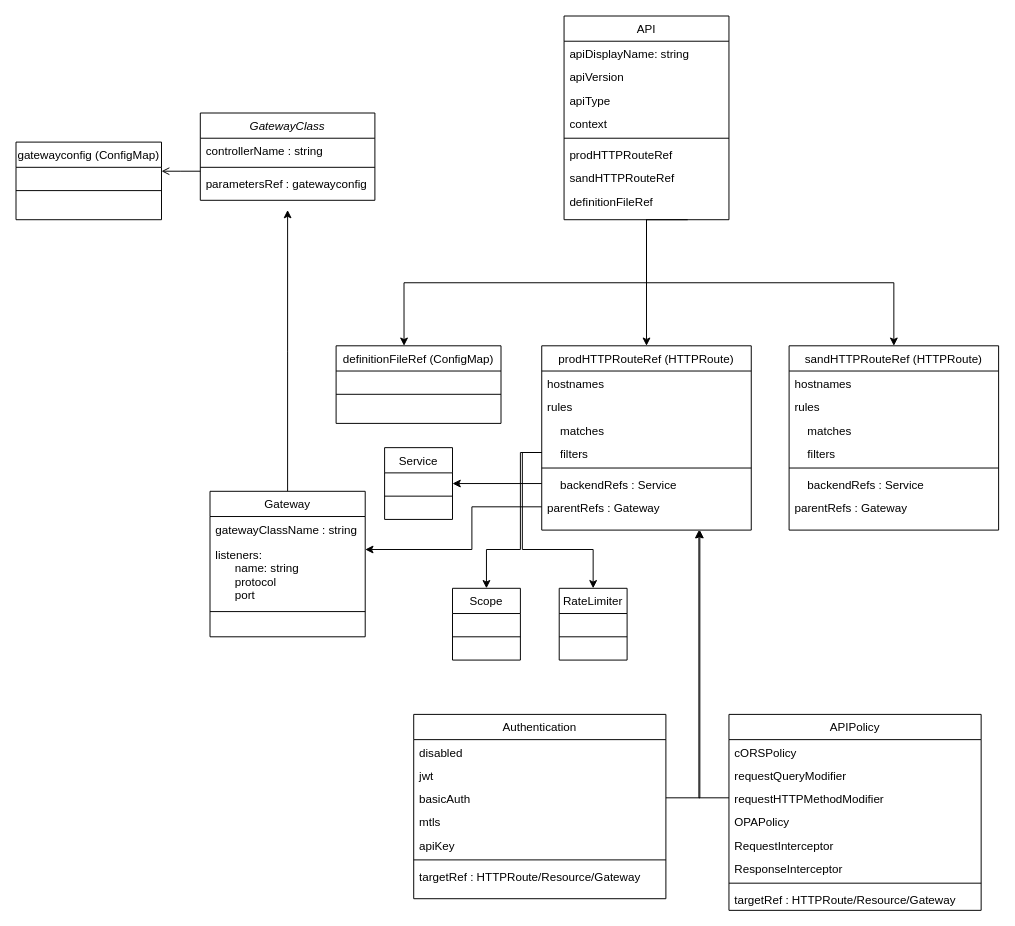
Above: developer/crds/crd.drawio in wso2/apk (draw.io), before the change. Source tidied: cells renumbered, new cells numbered last; positions are measured from the earlier drawing's top-left corner, leaving out a move shared by most shapes. Both pictures are drawn from the tidied source at 97%, with x=0, y=0 at pixel (16, 16).
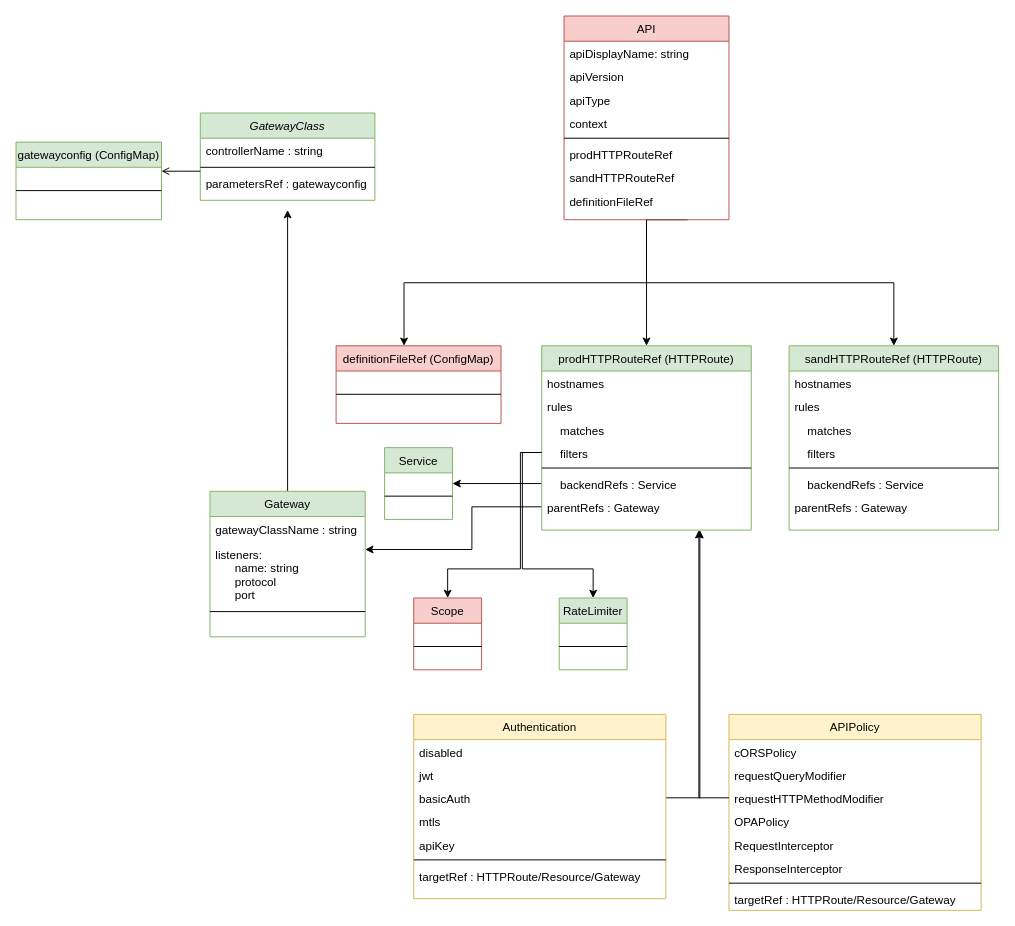
The same diagram, later.

Unchanged cells that the change refers to:
```xml
<mxCell id="25" value="    filters " style="text;align=left;verticalAlign=top;spacingLeft=4;spacingRight=4;overflow=hidden;points=[[0,0.5],[1,0.5]];portConstraint=eastwest;" parent="21" vertex="1">
  <mxGeometry y="98" width="216" height="24" as="geometry" />
</mxCell>
```

Change to the diagram source:
```diff
@@
-    <mxCell id="3" value="Gateway" style="swimlane;fontStyle=0;align=center;verticalAlign=top;horizontal=1;startSize=26;rounded=0;shadow=0;strokeWidth=1;" parent="1" vertex="1">
+    <mxCell id="3" value="Gateway" style="swimlane;fontStyle=0;align=center;verticalAlign=top;horizontal=1;startSize=26;rounded=0;shadow=0;strokeWidth=1;fillColor=#d5e8d4;strokeColor=#82b366;" parent="1" vertex="1">
       <mxGeometry x="200" y="490" width="160" height="150" as="geometry" />
     </mxCell>
@@
-    <mxCell id="10" value="API" style="swimlane;fontStyle=0;align=center;verticalAlign=top;horizontal=1;startSize=26;rounded=0;shadow=0;strokeWidth=1;" parent="1" vertex="1">
+    <mxCell id="10" value="API" style="swimlane;fontStyle=0;align=center;verticalAlign=top;horizontal=1;startSize=26;rounded=0;shadow=0;strokeWidth=1;fillColor=#f8cecc;strokeColor=#b85450;" parent="1" vertex="1">
       <mxGeometry x="565" width="170" height="210" as="geometry" />
     </mxCell>
@@
+    <mxCell id="74" style="edgeStyle=orthogonalEdgeStyle;rounded=0;jettySize=auto;html=1;entryX=0.5;entryY=0;entryDx=0;entryDy=0;exitX=0;exitY=0.5;exitDx=0;exitDy=0;" parent="1" edge="1" source="25" target="69">
+      <mxGeometry relative="1" as="geometry">
+        <Array as="points">
+          <mxPoint x="520" y="450" />
+          <mxPoint x="520" y="570" />
+          <mxPoint x="445" y="570" />
+        </Array>
+      </mxGeometry>
+    </mxCell>
-    <mxCell id="21" value="prodHTTPRouteRef (HTTPRoute)" style="swimlane;fontStyle=0;align=center;verticalAlign=top;horizontal=1;startSize=26;rounded=0;shadow=0;strokeWidth=1;" parent="1" vertex="1">
+    <mxCell id="21" value="prodHTTPRouteRef (HTTPRoute)" style="swimlane;fontStyle=0;align=center;verticalAlign=top;horizontal=1;startSize=26;rounded=0;shadow=0;strokeWidth=1;fillColor=#d5e8d4;strokeColor=#82b366;" parent="1" vertex="1">
       <mxGeometry x="542" y="340" width="216" height="190" as="geometry" />
     </mxCell>
@@
-    <mxCell id="29" value="definitionFileRef (ConfigMap)" style="swimlane;fontStyle=0;align=center;verticalAlign=top;horizontal=1;startSize=26;rounded=0;shadow=0;strokeWidth=1;" parent="1" vertex="1">
+    <mxCell id="29" value="definitionFileRef (ConfigMap)" style="swimlane;fontStyle=0;align=center;verticalAlign=top;horizontal=1;startSize=26;rounded=0;shadow=0;strokeWidth=1;fillColor=#f8cecc;strokeColor=#b85450;" parent="1" vertex="1">
       <mxGeometry x="330" y="340" width="170" height="80" as="geometry" />
     </mxCell>
@@
-    <mxCell id="31" value="sandHTTPRouteRef (HTTPRoute)" style="swimlane;fontStyle=0;align=center;verticalAlign=top;horizontal=1;startSize=26;rounded=0;shadow=0;strokeWidth=1;" parent="1" vertex="1">
+    <mxCell id="31" value="sandHTTPRouteRef (HTTPRoute)" style="swimlane;fontStyle=0;align=center;verticalAlign=top;horizontal=1;startSize=26;rounded=0;shadow=0;strokeWidth=1;fillColor=#d5e8d4;strokeColor=#82b366;" parent="1" vertex="1">
       <mxGeometry x="797" y="340" width="216" height="190" as="geometry" />
     </mxCell>
@@
-    <mxCell id="39" value="Service" style="swimlane;fontStyle=0;align=center;verticalAlign=top;horizontal=1;startSize=26;rounded=0;shadow=0;strokeWidth=1;" parent="1" vertex="1">
+    <mxCell id="39" value="Service" style="swimlane;fontStyle=0;align=center;verticalAlign=top;horizontal=1;startSize=26;rounded=0;shadow=0;strokeWidth=1;fillColor=#d5e8d4;strokeColor=#82b366;" parent="1" vertex="1">
       <mxGeometry x="380" y="445" width="70" height="74" as="geometry" />
     </mxCell>
@@
-    <mxCell id="42" value="Authentication" style="swimlane;fontStyle=0;align=center;verticalAlign=top;horizontal=1;startSize=26;rounded=0;shadow=0;strokeWidth=1;" parent="1" vertex="1">
+    <mxCell id="42" value="Authentication" style="swimlane;fontStyle=0;align=center;verticalAlign=top;horizontal=1;startSize=26;rounded=0;shadow=0;strokeWidth=1;fillColor=#fff2cc;strokeColor=#d6b656;" parent="1" vertex="1">
       <mxGeometry x="410" y="720" width="260" height="190" as="geometry" />
     </mxCell>
@@
-    <mxCell id="50" value="APIPolicy" style="swimlane;fontStyle=0;align=center;verticalAlign=top;horizontal=1;startSize=26;rounded=0;shadow=0;strokeWidth=1;" parent="1" vertex="1">
+    <mxCell id="50" value="APIPolicy" style="swimlane;fontStyle=0;align=center;verticalAlign=top;horizontal=1;startSize=26;rounded=0;shadow=0;strokeWidth=1;fillColor=#fff2cc;strokeColor=#d6b656;" parent="1" vertex="1">
       <mxGeometry x="735" y="720" width="260" height="202" as="geometry" />
     </mxCell>
@@
-    <mxCell id="59" value="GatewayClass" style="swimlane;fontStyle=2;align=center;verticalAlign=top;horizontal=1;startSize=26;rounded=0;shadow=0;strokeWidth=1;" parent="1" vertex="1">
+    <mxCell id="59" value="GatewayClass" style="swimlane;fontStyle=2;align=center;verticalAlign=top;horizontal=1;startSize=26;rounded=0;shadow=0;strokeWidth=1;fillColor=#d5e8d4;strokeColor=#82b366;" parent="1" vertex="1">
       <mxGeometry x="190" y="100" width="180" height="90" as="geometry" />
     </mxCell>
@@
-    <mxCell id="63" value="gatewayconfig (ConfigMap)" style="swimlane;fontStyle=0;align=center;verticalAlign=top;horizontal=1;startSize=26;rounded=0;shadow=0;strokeWidth=1;" parent="1" vertex="1">
+    <mxCell id="63" value="gatewayconfig (ConfigMap)" style="swimlane;fontStyle=0;align=center;verticalAlign=top;horizontal=1;startSize=26;rounded=0;shadow=0;strokeWidth=1;fillColor=#d5e8d4;strokeColor=#82b366;" parent="1" vertex="1">
       <mxGeometry y="130" width="150" height="80" as="geometry" />
     </mxCell>
@@
-    <mxCell id="69" value="Scope" style="swimlane;fontStyle=0;align=center;verticalAlign=top;horizontal=1;startSize=26;rounded=0;shadow=0;strokeWidth=1;" parent="1" vertex="1">
-      <mxGeometry x="450" y="590" width="70" height="74" as="geometry" />
+    <mxCell id="69" value="Scope" style="swimlane;fontStyle=0;align=center;verticalAlign=top;horizontal=1;startSize=26;rounded=0;shadow=0;strokeWidth=1;fillColor=#f8cecc;strokeColor=#b85450;" parent="1" vertex="1">
+      <mxGeometry x="410" y="600" width="70" height="74" as="geometry" />
     </mxCell>
@@
-    <mxCell id="71" value="RateLimiter" style="swimlane;fontStyle=0;align=center;verticalAlign=top;horizontal=1;startSize=26;rounded=0;shadow=0;strokeWidth=1;" parent="1" vertex="1">
-      <mxGeometry x="560" y="590" width="70" height="74" as="geometry" />
+    <mxCell id="71" value="RateLimiter" style="swimlane;fontStyle=0;align=center;verticalAlign=top;horizontal=1;startSize=26;rounded=0;shadow=0;strokeWidth=1;fillColor=#d5e8d4;strokeColor=#82b366;" parent="1" vertex="1">
+      <mxGeometry x="560" y="600" width="70" height="74" as="geometry" />
     </mxCell>
@@
     <mxCell id="73" style="edgeStyle=orthogonalEdgeStyle;rounded=0;jettySize=auto;html=1;exitX=0;exitY=0.5;exitDx=0;exitDy=0;" parent="1" edge="1" source="25" target="71">
       <mxGeometry relative="1" as="geometry">
         <Array as="points">
           <mxPoint x="522" y="450" />
-          <mxPoint x="522" y="550" />
-          <mxPoint x="595" y="550" />
+          <mxPoint x="522" y="570" />
+          <mxPoint x="595" y="570" />
         </Array>
       </mxGeometry>
     </mxCell>
-    <mxCell id="74" style="edgeStyle=orthogonalEdgeStyle;rounded=0;jettySize=auto;html=1;exitX=0;exitY=0.5;exitDx=0;exitDy=0;entryX=0.5;entryY=0;entryDx=0;entryDy=0;" parent="1" edge="1" source="25" target="69">
-      <mxGeometry relative="1" as="geometry">
-        <Array as="points">
-          <mxPoint x="520" y="450" />
-          <mxPoint x="520" y="550" />
-          <mxPoint x="485" y="550" />
-        </Array>
-      </mxGeometry>
-    </mxCell>
```
